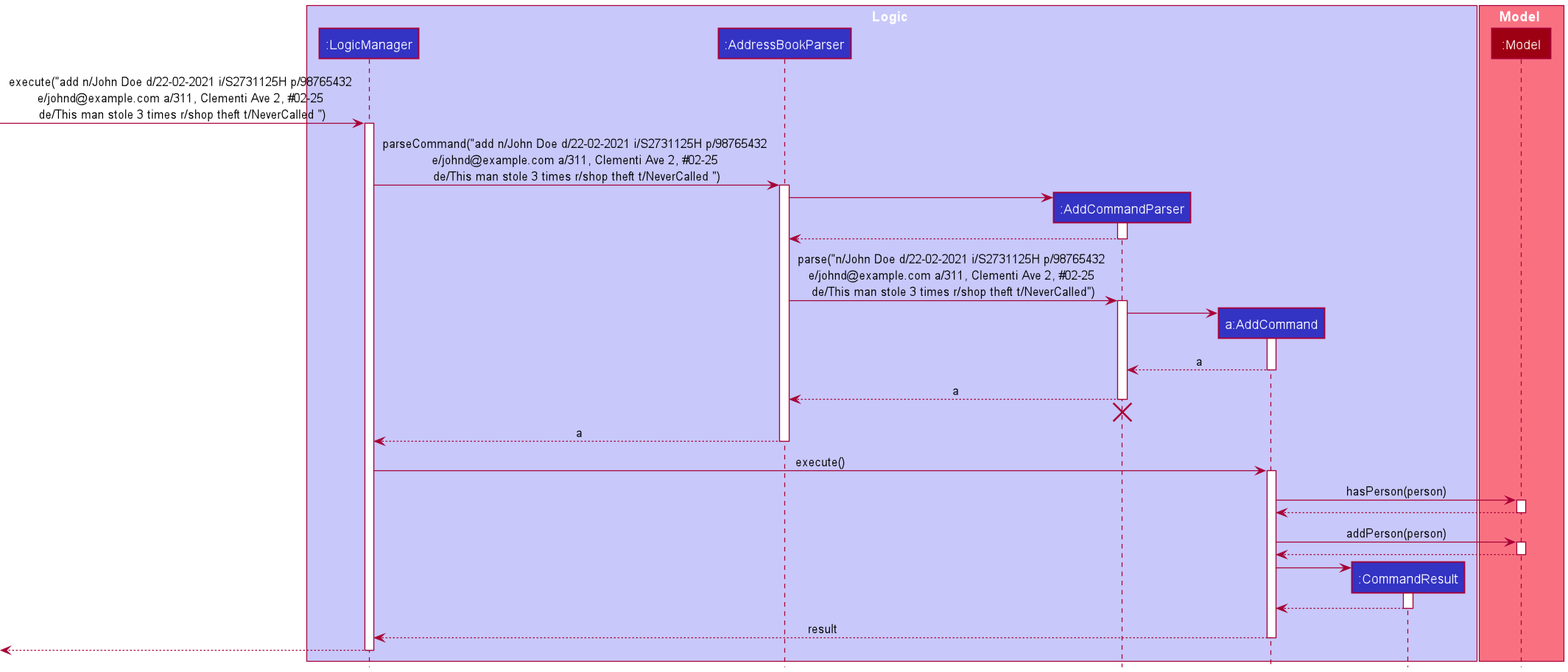
Before: docs/images/AddCommandSequenceDiagram.png, a diagram exported from PlantUML (nus-tic4002-AY2021S2/tp2). Source of this version:
```plantuml
@startuml
!include style.puml

box Logic LOGIC_COLOR_T1
participant ":LogicManager" as LogicManager LOGIC_COLOR
participant ":AddressBookParser" as AddressBookParser LOGIC_COLOR
participant ":AddCommandParser" as AddCommandParser LOGIC_COLOR
participant "a:AddCommand" as AddCommand LOGIC_COLOR
participant ":CommandResult" as CommandResult LOGIC_COLOR
end box

box Model MODEL_COLOR_T1
participant ":Model" as Model MODEL_COLOR
end box

[-> LogicManager : execute("add n/John Doe d/22-02-2021 i/S2731125H p/98765432 \ne/johnd@example.com a/311, Clementi Ave 2, #02-25 \nde/This man stole 3 times r/shop theft t/NeverCalled ")
activate LogicManager

LogicManager -> AddressBookParser : parseCommand("add n/John Doe d/22-02-2021 i/S2731125H p/98765432 \ne/johnd@example.com a/311, Clementi Ave 2, #02-25 \nde/This man stole 3 times r/shop theft t/NeverCalled ")
activate AddressBookParser

create AddCommandParser
AddressBookParser -> AddCommandParser
activate AddCommandParser

AddCommandParser --> AddressBookParser
deactivate AddCommandParser

AddressBookParser -> AddCommandParser : parse("n/John Doe d/22-02-2021 i/S2731125H p/98765432 \ne/johnd@example.com a/311, Clementi Ave 2, #02-25 \nde/This man stole 3 times r/shop theft t/NeverCalled")
activate AddCommandParser

create AddCommand
AddCommandParser -> AddCommand
activate AddCommand

AddCommand --> AddCommandParser : a
deactivate AddCommand

AddCommandParser --> AddressBookParser : a
deactivate AddCommandParser
AddCommandParser -[hidden]-> AddressBookParser
destroy AddCommandParser

AddressBookParser --> LogicManager : a
deactivate AddressBookParser

LogicManager -> AddCommand : execute()
activate AddCommand

AddCommand -> Model : hasPerson(person)
activate Model

Model --> AddCommand
deactivate Model

AddCommand -> Model : addPerson(person)
activate Model

Model --> AddCommand
deactivate Model

create CommandResult
AddCommand -> CommandResult
activate CommandResult

CommandResult --> AddCommand
deactivate CommandResult

AddCommand --> LogicManager : result
deactivate AddCommand

[<--LogicManager
deactivate LogicManager
@enduml
```
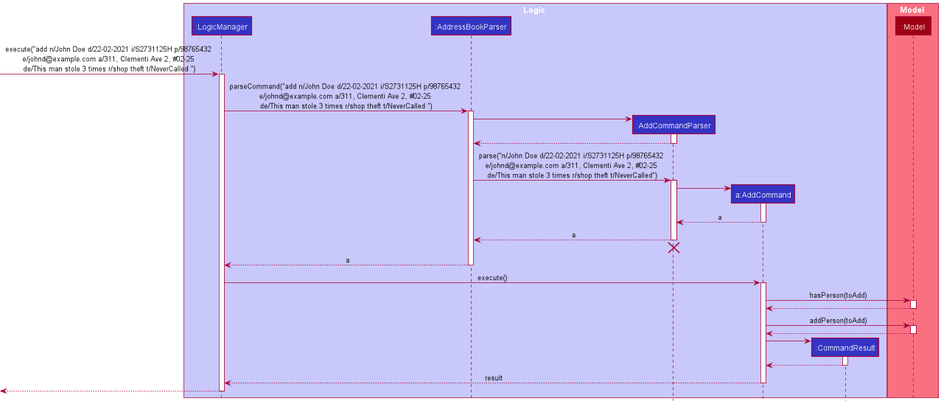
After the change.

Commit message:
Add AddCommandActivityDiagram Update BetterModelClassDiagram update DG-addCommand, Design consideration

The edit, as a diff of the source:
```diff
@@ -47,13 +47,13 @@
 LogicManager -> AddCommand : execute()
 activate AddCommand
 
-AddCommand -> Model : hasPerson(person)
+AddCommand -> Model : hasPerson(toAdd)
 activate Model
 
 Model --> AddCommand
 deactivate Model
 
-AddCommand -> Model : addPerson(person)
+AddCommand -> Model : addPerson(toAdd)
 activate Model
 
 Model --> AddCommand
```
